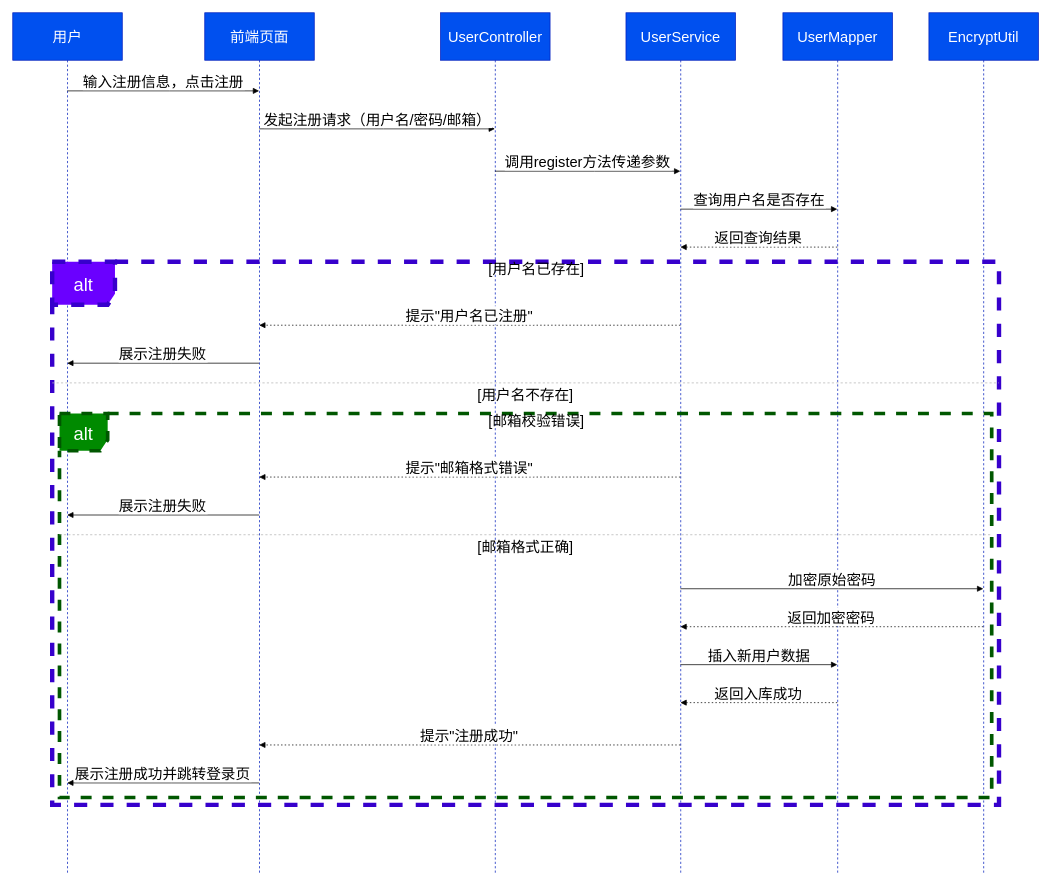
Before: user_register.drawio in LIXINGJIA/TMSK_DRAW.IO, a draw.io diagram. Source tidied: cells renumbered, new cells numbered last; positions are measured from the earlier drawing's top-left corner, leaving out a move shared by most shapes. Both pictures are drawn from the tidied source at 73%, with x=0, y=0 at pixel (12, 12).
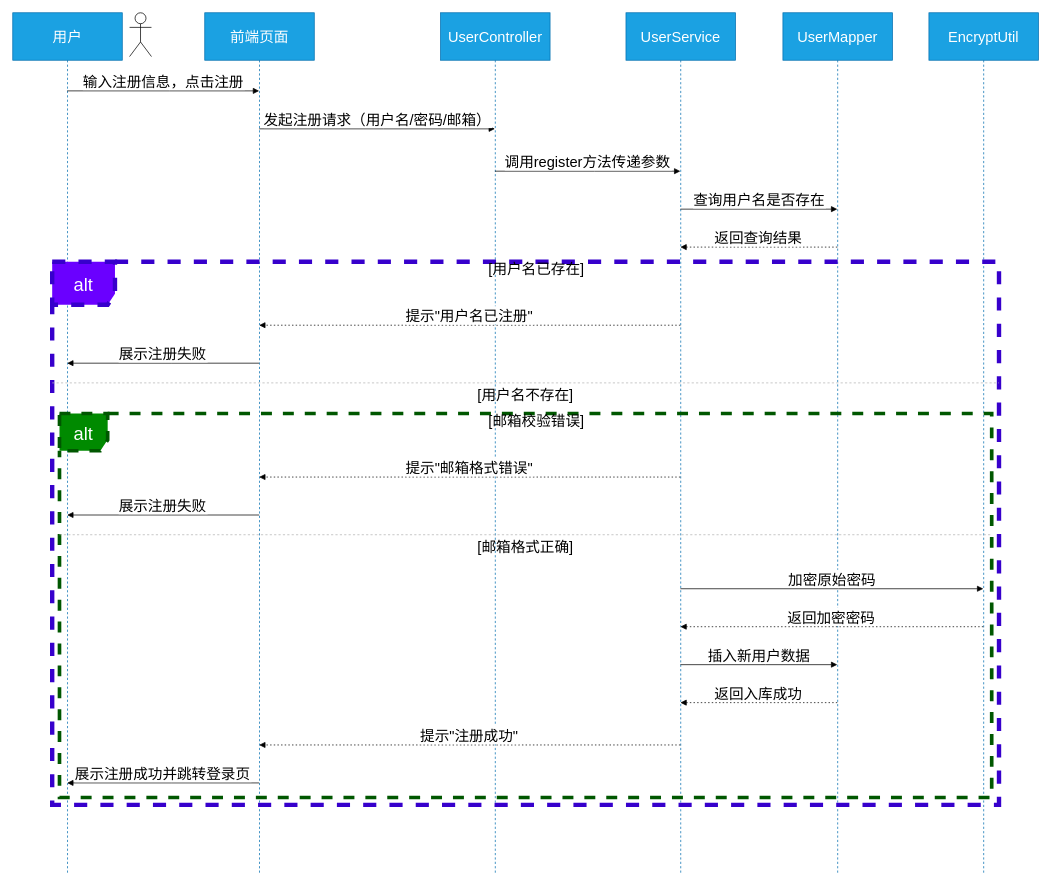
The same page after the edit.

Diff of the diagram source:
```diff
@@
-    <mxCell id="2" value="用户" style="shape=umlLifeline;perimeter=lifelinePerimeter;whiteSpace=wrap;outlineConnect=0;portConstraint=eastwest;newEdgeStyle={&quot;edgeStyle&quot;:&quot;elbowEdgeStyle&quot;,&quot;elbow&quot;:&quot;vertical&quot;,&quot;curved&quot;:0,&quot;rounded&quot;:0};size=65;fontSize=20;fillColor=#0050ef;fontColor=#ffffff;strokeColor=#001DBC;" parent="1" vertex="1">
+    <mxCell id="2" value="用户" style="shape=umlLifeline;perimeter=lifelinePerimeter;whiteSpace=wrap;outlineConnect=0;portConstraint=eastwest;newEdgeStyle={&quot;edgeStyle&quot;:&quot;elbowEdgeStyle&quot;,&quot;elbow&quot;:&quot;vertical&quot;,&quot;curved&quot;:0,&quot;rounded&quot;:0};size=65;fontSize=20;fillColor=#1ba1e2;fontColor=#ffffff;strokeColor=#006EAF;" parent="1" vertex="1">
       <mxGeometry width="150" height="1180" as="geometry" />
     </mxCell>
-    <mxCell id="3" value="前端页面" style="shape=umlLifeline;perimeter=lifelinePerimeter;whiteSpace=wrap;outlineConnect=0;portConstraint=eastwest;newEdgeStyle={&quot;edgeStyle&quot;:&quot;elbowEdgeStyle&quot;,&quot;elbow&quot;:&quot;vertical&quot;,&quot;curved&quot;:0,&quot;rounded&quot;:0};size=65;fontSize=20;fillColor=#0050ef;fontColor=#ffffff;strokeColor=#001DBC;" parent="1" vertex="1">
+    <mxCell id="3" value="前端页面" style="shape=umlLifeline;perimeter=lifelinePerimeter;whiteSpace=wrap;outlineConnect=0;portConstraint=eastwest;newEdgeStyle={&quot;edgeStyle&quot;:&quot;elbowEdgeStyle&quot;,&quot;elbow&quot;:&quot;vertical&quot;,&quot;curved&quot;:0,&quot;rounded&quot;:0};size=65;fontSize=20;fillColor=#1ba1e2;fontColor=#ffffff;strokeColor=#006EAF;" parent="1" vertex="1">
       <mxGeometry x="263" width="150" height="1180" as="geometry" />
     </mxCell>
-    <mxCell id="4" value="UserController" style="shape=umlLifeline;perimeter=lifelinePerimeter;whiteSpace=wrap;outlineConnect=0;portConstraint=eastwest;newEdgeStyle={&quot;edgeStyle&quot;:&quot;elbowEdgeStyle&quot;,&quot;elbow&quot;:&quot;vertical&quot;,&quot;curved&quot;:0,&quot;rounded&quot;:0};size=65;fontSize=20;fillColor=#0050ef;fontColor=#ffffff;strokeColor=#001DBC;" parent="1" vertex="1">
+    <mxCell id="4" value="UserController" style="shape=umlLifeline;perimeter=lifelinePerimeter;whiteSpace=wrap;outlineConnect=0;portConstraint=eastwest;newEdgeStyle={&quot;edgeStyle&quot;:&quot;elbowEdgeStyle&quot;,&quot;elbow&quot;:&quot;vertical&quot;,&quot;curved&quot;:0,&quot;rounded&quot;:0};size=65;fontSize=20;fillColor=#1ba1e2;fontColor=#ffffff;strokeColor=#006EAF;" parent="1" vertex="1">
       <mxGeometry x="586" width="150" height="1180" as="geometry" />
     </mxCell>
-    <mxCell id="5" value="UserService" style="shape=umlLifeline;perimeter=lifelinePerimeter;whiteSpace=wrap;outlineConnect=0;portConstraint=eastwest;newEdgeStyle={&quot;edgeStyle&quot;:&quot;elbowEdgeStyle&quot;,&quot;elbow&quot;:&quot;vertical&quot;,&quot;curved&quot;:0,&quot;rounded&quot;:0};size=65;fontSize=20;fillColor=#0050ef;fontColor=#ffffff;strokeColor=#001DBC;" parent="1" vertex="1">
+    <mxCell id="5" value="UserService" style="shape=umlLifeline;perimeter=lifelinePerimeter;whiteSpace=wrap;outlineConnect=0;portConstraint=eastwest;newEdgeStyle={&quot;edgeStyle&quot;:&quot;elbowEdgeStyle&quot;,&quot;elbow&quot;:&quot;vertical&quot;,&quot;curved&quot;:0,&quot;rounded&quot;:0};size=65;fontSize=20;fillColor=#1ba1e2;fontColor=#ffffff;strokeColor=#006EAF;" parent="1" vertex="1">
       <mxGeometry x="840" width="150" height="1180" as="geometry" />
     </mxCell>
-    <mxCell id="6" value="UserMapper" style="shape=umlLifeline;perimeter=lifelinePerimeter;whiteSpace=wrap;outlineConnect=0;portConstraint=eastwest;newEdgeStyle={&quot;edgeStyle&quot;:&quot;elbowEdgeStyle&quot;,&quot;elbow&quot;:&quot;vertical&quot;,&quot;curved&quot;:0,&quot;rounded&quot;:0};size=65;fontSize=20;fillColor=#0050ef;fontColor=#ffffff;strokeColor=#001DBC;" parent="1" vertex="1">
+    <mxCell id="6" value="UserMapper" style="shape=umlLifeline;perimeter=lifelinePerimeter;whiteSpace=wrap;outlineConnect=0;portConstraint=eastwest;newEdgeStyle={&quot;edgeStyle&quot;:&quot;elbowEdgeStyle&quot;,&quot;elbow&quot;:&quot;vertical&quot;,&quot;curved&quot;:0,&quot;rounded&quot;:0};size=65;fontSize=20;fillColor=#1ba1e2;fontColor=#ffffff;strokeColor=#006EAF;" parent="1" vertex="1">
       <mxGeometry x="1055" width="150" height="1180" as="geometry" />
     </mxCell>
-    <mxCell id="7" value="EncryptUtil" style="shape=umlLifeline;perimeter=lifelinePerimeter;whiteSpace=wrap;outlineConnect=0;portConstraint=eastwest;newEdgeStyle={&quot;edgeStyle&quot;:&quot;elbowEdgeStyle&quot;,&quot;elbow&quot;:&quot;vertical&quot;,&quot;curved&quot;:0,&quot;rounded&quot;:0};size=65;fontSize=20;fillColor=#0050ef;fontColor=#ffffff;strokeColor=#001DBC;" parent="1" vertex="1">
+    <mxCell id="7" value="EncryptUtil" style="shape=umlLifeline;perimeter=lifelinePerimeter;whiteSpace=wrap;outlineConnect=0;portConstraint=eastwest;newEdgeStyle={&quot;edgeStyle&quot;:&quot;elbowEdgeStyle&quot;,&quot;elbow&quot;:&quot;vertical&quot;,&quot;curved&quot;:0,&quot;rounded&quot;:0};size=65;fontSize=20;fillColor=#1ba1e2;fontColor=#ffffff;strokeColor=#006EAF;" parent="1" vertex="1">
       <mxGeometry x="1255" width="150" height="1180" as="geometry" />
     </mxCell>
@@
-    <mxCell id="20" value="展示注册失败" style="verticalAlign=bottom;edgeStyle=elbowEdgeStyle;elbow=vertical;curved=0;rounded=0;endArrow=block;fontSize=20;" parent="1" edge="1" source="3" target="2">
-      <mxGeometry relative="1" as="geometry">
-        <Array as="points">
-          <mxPoint x="218" y="480" />
-        </Array>
-      </mxGeometry>
-    </mxCell>
+    <mxCell id="29" value="展示注册失败" style="verticalAlign=bottom;edgeStyle=elbowEdgeStyle;elbow=vertical;curved=0;rounded=0;endArrow=block;fontSize=20;" parent="1" edge="1" source="3" target="2">
+      <mxGeometry relative="1" as="geometry">
+        <Array as="points">
+          <mxPoint x="218" y="480" />
+        </Array>
+      </mxGeometry>
+    </mxCell>
@@
-    <mxCell id="22" value="展示注册失败" style="verticalAlign=bottom;edgeStyle=elbowEdgeStyle;elbow=vertical;curved=0;rounded=0;endArrow=block;fontSize=20;" parent="1" edge="1" source="3" target="2">
-      <mxGeometry relative="1" as="geometry">
-        <Array as="points">
-          <mxPoint x="218" y="688" />
-        </Array>
-      </mxGeometry>
-    </mxCell>
+    <mxCell id="30" value="展示注册失败" style="verticalAlign=bottom;edgeStyle=elbowEdgeStyle;elbow=vertical;curved=0;rounded=0;endArrow=block;fontSize=20;" parent="1" edge="1" source="3" target="2">
+      <mxGeometry relative="1" as="geometry">
+        <Array as="points">
+          <mxPoint x="218" y="688" />
+        </Array>
+      </mxGeometry>
+    </mxCell>
@@
+    <mxCell id="31" style="shape=umlActor;verticalLabelPosition=bottom;verticalAlign=top;html=1;" parent="1" vertex="1">
+      <mxGeometry x="160" width="30" height="60" as="geometry" />
+    </mxCell>
```
